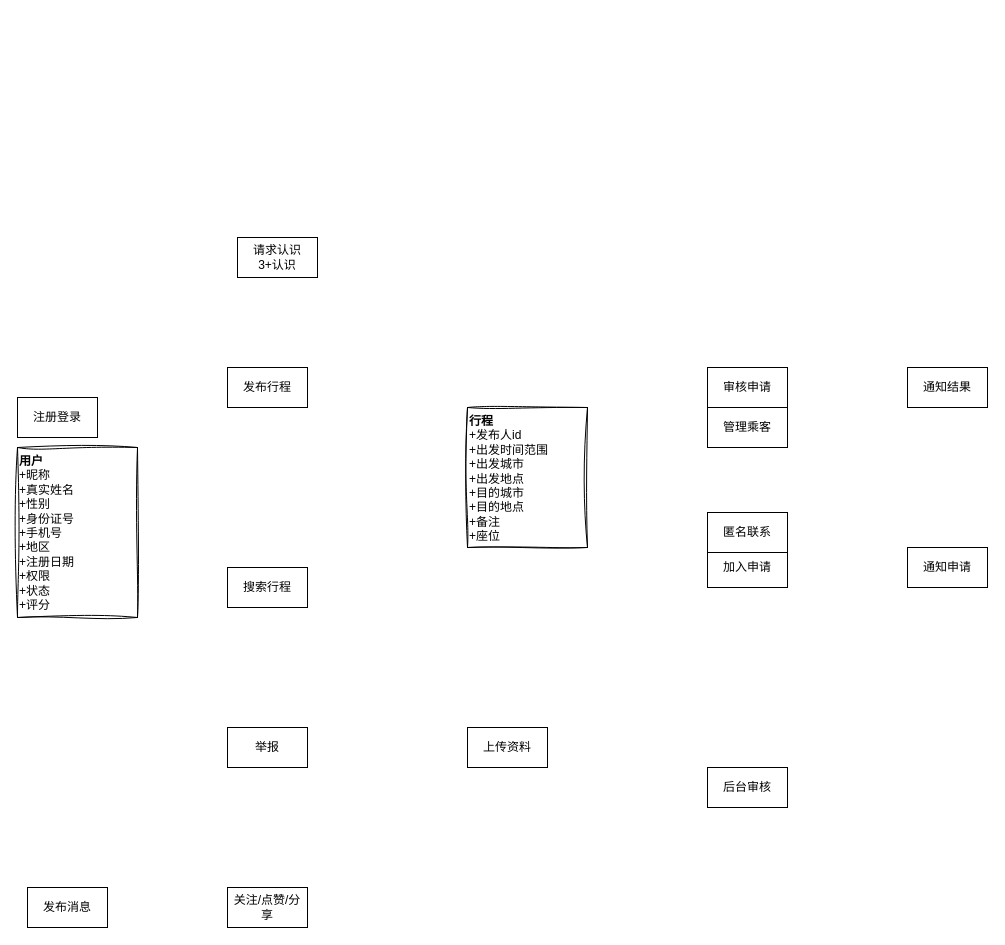
Before: design/老乡.drawio in ruiku-tech/game-box, a draw.io diagram. Source tidied: cells renumbered, new cells numbered last; positions are measured from the earlier drawing's top-left corner, leaving out a move shared by most shapes. Both pictures are drawn from the tidied source at 100%, with x=0, y=0 at pixel (17, 237).
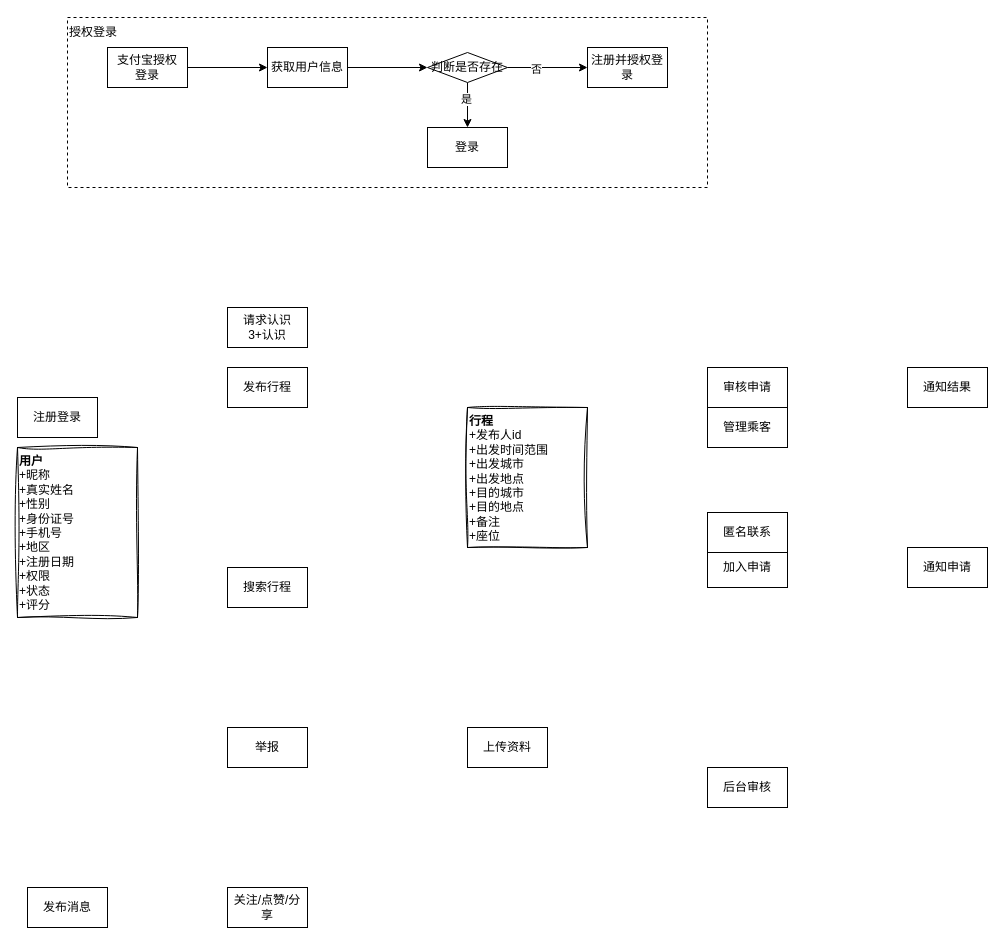
Above is the later version.

The edit, as a diff of the source:
```diff
@@
+    <mxCell id="19" style="rounded=0;whiteSpace=wrap;html=1;dashed=1;" parent="1" vertex="1">
+      <mxGeometry x="50" y="-220" width="640" height="170" as="geometry" />
+    </mxCell>
@@
     <mxCell id="3" value="请求认识&lt;div&gt;3+认识&lt;/div&gt;" style="rounded=0;whiteSpace=wrap;html=1;" parent="1" vertex="1">
-      <mxGeometry x="220" width="80" height="40" as="geometry" />
+      <mxGeometry x="210" y="70" width="80" height="40" as="geometry" />
     </mxCell>
@@
+    <mxCell id="20" style="edgeStyle=orthogonalEdgeStyle;rounded=0;jettySize=auto;html=1;exitX=1;exitY=0.5;exitDx=0;exitDy=0;entryX=0;entryY=0.5;entryDx=0;entryDy=0;" parent="1" edge="1" source="21" target="23">
+      <mxGeometry relative="1" as="geometry" />
+    </mxCell>
+    <mxCell id="21" value="支付宝授权&lt;div&gt;登录&lt;/div&gt;" style="rounded=0;whiteSpace=wrap;html=1;" parent="1" vertex="1">
+      <mxGeometry x="90" y="-190" width="80" height="40" as="geometry" />
+    </mxCell>
+    <mxCell id="22" style="edgeStyle=orthogonalEdgeStyle;rounded=0;jettySize=auto;html=1;exitX=1;exitY=0.5;exitDx=0;exitDy=0;entryX=0;entryY=0.5;entryDx=0;entryDy=0;" parent="1" edge="1" source="23" target="28">
+      <mxGeometry relative="1" as="geometry" />
+    </mxCell>
+    <mxCell id="23" value="获取用户信息" style="rounded=0;whiteSpace=wrap;html=1;" parent="1" vertex="1">
+      <mxGeometry x="250" y="-190" width="80" height="40" as="geometry" />
+    </mxCell>
+    <mxCell id="24" style="edgeStyle=orthogonalEdgeStyle;rounded=0;jettySize=auto;html=1;exitX=1;exitY=0.5;exitDx=0;exitDy=0;entryX=0;entryY=0.5;entryDx=0;entryDy=0;" parent="1" edge="1" source="28" target="29">
+      <mxGeometry relative="1" as="geometry" />
+    </mxCell>
+    <mxCell id="25" value="否" style="edgeLabel;html=1;align=center;verticalAlign=middle;" parent="24" vertex="1">
+      <mxGeometry x="-0.3" relative="1" as="geometry">
+        <mxPoint y="1" as="offset" />
+      </mxGeometry>
+    </mxCell>
+    <mxCell id="26" style="edgeStyle=orthogonalEdgeStyle;rounded=0;jettySize=auto;html=1;exitX=0.5;exitY=1;exitDx=0;exitDy=0;entryX=0.5;entryY=0;entryDx=0;entryDy=0;" parent="1" edge="1" source="28" target="30">
+      <mxGeometry relative="1" as="geometry" />
+    </mxCell>
+    <mxCell id="27" value="是" style="edgeLabel;html=1;align=center;verticalAlign=middle;" parent="26" vertex="1">
+      <mxGeometry x="-0.31" y="-2" relative="1" as="geometry" />
+    </mxCell>
+    <mxCell id="28" value="判断是否存在" style="rhombus;whiteSpace=wrap;html=1;" parent="1" vertex="1">
+      <mxGeometry x="410" y="-185" width="80" height="30" as="geometry" />
+    </mxCell>
+    <mxCell id="29" value="注册并授权登录" style="rounded=0;whiteSpace=wrap;html=1;" parent="1" vertex="1">
+      <mxGeometry x="570" y="-190" width="80" height="40" as="geometry" />
+    </mxCell>
+    <mxCell id="30" value="登录" style="rounded=0;whiteSpace=wrap;html=1;" parent="1" vertex="1">
+      <mxGeometry x="410" y="-110" width="80" height="40" as="geometry" />
+    </mxCell>
+    <mxCell id="31" value="授权登录" style="text;html=1;align=left;verticalAlign=middle;whiteSpace=wrap;rounded=0;" parent="1" vertex="1">
+      <mxGeometry x="50" y="-220" width="60" height="30" as="geometry" />
+    </mxCell>
```
